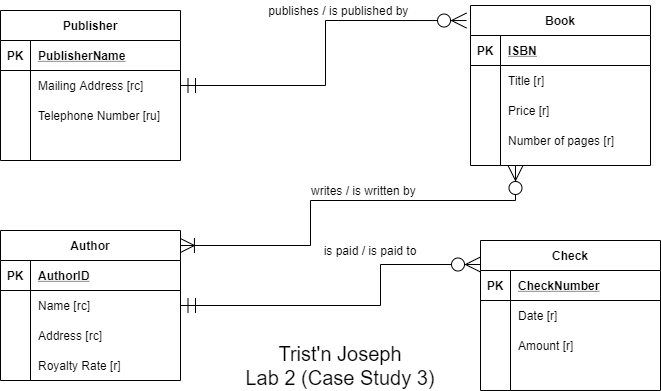
Above: Lab 2/Lab 02 - Conceptual Modeling (Case study 3).png in trisxcj1/SyracuseUniversity_IST659 (draw.io), before the change. Source tidied: cells renumbered, new cells last; positions are measured from the earlier drawing's top-left corner, leaving out a move shared by most shapes.
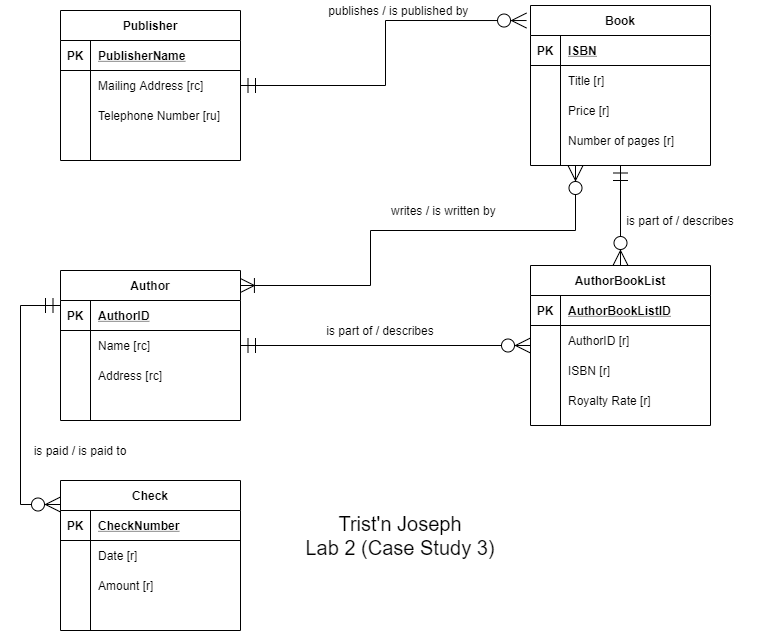
After the commit.

Commit message:
placing the royalty rate in an association table

What changed in the source:
```diff
@@ -86,22 +86,21 @@
     <mxCell id="29" style="edgeStyle=orthogonalEdgeStyle;rounded=0;jettySize=auto;html=1;entryX=0.25;entryY=1;entryDx=0;entryDy=0;startArrow=ERoneToMany;startFill=0;startSize=13;endArrow=ERzeroToMany;endFill=1;endSize=13;exitX=0.994;exitY=0.1;exitDx=0;exitDy=0;exitPerimeter=0;" parent="1" edge="1" source="31" target="16">
       <mxGeometry relative="1" as="geometry">
         <Array as="points">
-          <mxPoint x="310" y="245" />
-          <mxPoint x="310" y="200" />
-          <mxPoint x="515" y="200" />
+          <mxPoint x="310" y="285" />
+          <mxPoint x="310" y="230" />
+          <mxPoint x="515" y="230" />
         </Array>
       </mxGeometry>
     </mxCell>
     <mxCell id="30" style="edgeStyle=orthogonalEdgeStyle;rounded=0;jettySize=auto;html=1;entryX=0;entryY=0.16;entryDx=0;entryDy=0;entryPerimeter=0;startArrow=ERmandOne;startFill=0;startSize=13;endArrow=ERzeroToMany;endFill=1;endSize=13;" parent="1" edge="1" source="31" target="44">
       <mxGeometry relative="1" as="geometry">
         <Array as="points">
-          <mxPoint x="380" y="305" />
-          <mxPoint x="380" y="264" />
+          <mxPoint x="-40" y="305" />
         </Array>
       </mxGeometry>
     </mxCell>
     <mxCell id="31" value="Author" style="shape=table;startSize=30;rowLines=0;fontStyle=1;align=center;" parent="1" vertex="1">
-      <mxGeometry y="230" width="180" height="150" as="geometry" />
+      <mxGeometry y="270" width="180" height="150" as="geometry" />
     </mxCell>
     <mxCell id="32" style="shape=partialRectangle;fillColor=none;top=0;left=0;bottom=1;right=0;" parent="31" vertex="1">
       <mxGeometry y="30" width="180" height="30" as="geometry" />
@@ -136,11 +135,11 @@
     <mxCell id="42" style="shape=partialRectangle;fillColor=none;top=0;left=0;bottom=0;right=0;overflow=hidden;" parent="41" vertex="1">
       <mxGeometry width="30" height="30" as="geometry" />
     </mxCell>
-    <mxCell id="43" value="Royalty Rate [r]" style="shape=partialRectangle;fillColor=none;top=0;left=0;bottom=0;right=0;align=left;spacingLeft=6;overflow=hidden;" parent="41" vertex="1">
+    <mxCell id="43" style="shape=partialRectangle;fillColor=none;top=0;left=0;bottom=0;right=0;align=left;spacingLeft=6;overflow=hidden;" parent="41" vertex="1">
       <mxGeometry x="30" width="150" height="30" as="geometry" />
     </mxCell>
     <mxCell id="44" value="Check" style="shape=table;startSize=30;rowLines=0;fontStyle=1;align=center;" parent="1" vertex="1">
-      <mxGeometry x="480" y="240" width="180" height="150" as="geometry" />
+      <mxGeometry y="480" width="180" height="150" as="geometry" />
     </mxCell>
     <mxCell id="45" style="shape=partialRectangle;fillColor=none;top=0;left=0;bottom=1;right=0;" parent="44" vertex="1">
       <mxGeometry y="30" width="180" height="30" as="geometry" />
@@ -182,13 +181,64 @@
       <mxGeometry x="260" width="160" height="20" as="geometry" />
     </mxCell>
     <mxCell id="58" value="writes / is written by&amp;nbsp;" style="text;html=1;strokeColor=none;fillColor=none;align=center;verticalAlign=middle;whiteSpace=wrap;rounded=0;" parent="1" vertex="1">
-      <mxGeometry x="290" y="180" width="150" height="20" as="geometry" />
+      <mxGeometry x="310" y="200" width="150" height="20" as="geometry" />
     </mxCell>
     <mxCell id="59" value="is paid / is paid to" style="text;html=1;strokeColor=none;fillColor=none;align=center;verticalAlign=middle;whiteSpace=wrap;rounded=0;" parent="1" vertex="1">
-      <mxGeometry x="290" y="240" width="160" height="20" as="geometry" />
+      <mxGeometry x="-60" y="440" width="160" height="20" as="geometry" />
     </mxCell>
     <mxCell id="60" value="Trist'n Joseph&lt;br style=&quot;font-size: 20px&quot;&gt;Lab 2 (Case Study 3)" style="text;html=1;strokeColor=none;fillColor=none;align=center;verticalAlign=middle;whiteSpace=wrap;rounded=0;fontSize=20;" parent="1" vertex="1">
-      <mxGeometry x="235" y="340" width="210" height="50" as="geometry" />
+      <mxGeometry x="235" y="510" width="210" height="50" as="geometry" />
     </mxCell>
+    <mxCell id="61" style="edgeStyle=orthogonalEdgeStyle;rounded=0;jettySize=auto;html=1;entryX=0.5;entryY=1;entryDx=0;entryDy=0;startArrow=ERzeroToMany;startFill=1;startSize=13;endArrow=ERmandOne;endFill=0;endSize=13;" parent="1" edge="1" source="62" target="16">
+      <mxGeometry relative="1" as="geometry" />
+    </mxCell>
+    <mxCell id="62" value="AuthorBookList" style="shape=table;startSize=30;rowLines=0;fontStyle=1;align=center;" parent="1" vertex="1">
+      <mxGeometry x="470" y="265" width="180" height="160" as="geometry" />
+    </mxCell>
+    <mxCell id="63" style="shape=partialRectangle;fillColor=none;top=0;left=0;bottom=1;right=0;" parent="62" vertex="1">
+      <mxGeometry y="30" width="180" height="30" as="geometry" />
+    </mxCell>
+    <mxCell id="64" value="PK" style="shape=partialRectangle;fillColor=none;top=0;left=0;bottom=0;right=0;fontStyle=1;overflow=hidden;" parent="63" vertex="1">
+      <mxGeometry width="30" height="30" as="geometry" />
+    </mxCell>
+    <mxCell id="65" value="AuthorBookListID" style="shape=partialRectangle;fillColor=none;top=0;left=0;bottom=0;right=0;align=left;spacingLeft=6;fontStyle=5;overflow=hidden;" parent="63" vertex="1">
+      <mxGeometry x="30" width="150" height="30" as="geometry" />
+    </mxCell>
+    <mxCell id="66" style="shape=partialRectangle;fillColor=none;top=0;left=0;bottom=0;right=0;" parent="62" vertex="1">
+      <mxGeometry y="60" width="180" height="30" as="geometry" />
+    </mxCell>
+    <mxCell id="67" style="shape=partialRectangle;fillColor=none;top=0;left=0;bottom=0;right=0;overflow=hidden;" parent="66" vertex="1">
+      <mxGeometry width="30" height="30" as="geometry" />
+    </mxCell>
+    <mxCell id="68" value="AuthorID [r]" style="shape=partialRectangle;fillColor=none;top=0;left=0;bottom=0;right=0;align=left;spacingLeft=6;overflow=hidden;" parent="66" vertex="1">
+      <mxGeometry x="30" width="150" height="30" as="geometry" />
+    </mxCell>
+    <mxCell id="69" style="shape=partialRectangle;fillColor=none;top=0;left=0;bottom=0;right=0;" parent="62" vertex="1">
+      <mxGeometry y="90" width="180" height="30" as="geometry" />
+    </mxCell>
+    <mxCell id="70" style="shape=partialRectangle;fillColor=none;top=0;left=0;bottom=0;right=0;overflow=hidden;" parent="69" vertex="1">
+      <mxGeometry width="30" height="30" as="geometry" />
+    </mxCell>
+    <mxCell id="71" value="ISBN [r]" style="shape=partialRectangle;fillColor=none;top=0;left=0;bottom=0;right=0;align=left;spacingLeft=6;overflow=hidden;" parent="69" vertex="1">
+      <mxGeometry x="30" width="150" height="30" as="geometry" />
+    </mxCell>
+    <mxCell id="72" style="shape=partialRectangle;fillColor=none;top=0;left=0;bottom=0;right=0;" parent="62" vertex="1">
+      <mxGeometry y="120" width="180" height="30" as="geometry" />
+    </mxCell>
+    <mxCell id="73" style="shape=partialRectangle;fillColor=none;top=0;left=0;bottom=0;right=0;overflow=hidden;" parent="72" vertex="1">
+      <mxGeometry width="30" height="30" as="geometry" />
+    </mxCell>
+    <mxCell id="74" value="Royalty Rate [r]" style="shape=partialRectangle;fillColor=none;top=0;left=0;bottom=0;right=0;align=left;spacingLeft=6;overflow=hidden;" parent="72" vertex="1">
+      <mxGeometry x="30" width="150" height="30" as="geometry" />
+    </mxCell>
+    <mxCell id="75" style="edgeStyle=orthogonalEdgeStyle;rounded=0;jettySize=auto;html=1;startArrow=ERmandOne;startFill=0;startSize=13;endArrow=ERzeroToMany;endFill=1;endSize=13;" parent="1" edge="1" source="35" target="62">
+      <mxGeometry relative="1" as="geometry" />
+    </mxCell>
+    <mxCell id="76" value="is part of / describes" style="text;html=1;strokeColor=none;fillColor=none;align=center;verticalAlign=middle;whiteSpace=wrap;rounded=0;" parent="1" vertex="1">
+      <mxGeometry x="240" y="320" width="160" height="20" as="geometry" />
+    </mxCell>
+    <mxCell id="77" value="is part of / describes" style="text;html=1;strokeColor=none;fillColor=none;align=center;verticalAlign=middle;whiteSpace=wrap;rounded=0;" parent="1" vertex="1">
+      <mxGeometry x="540" y="210" width="160" height="20" as="geometry" />
+    </mxCell>
   </root>
 </mxGraphModel>
```
